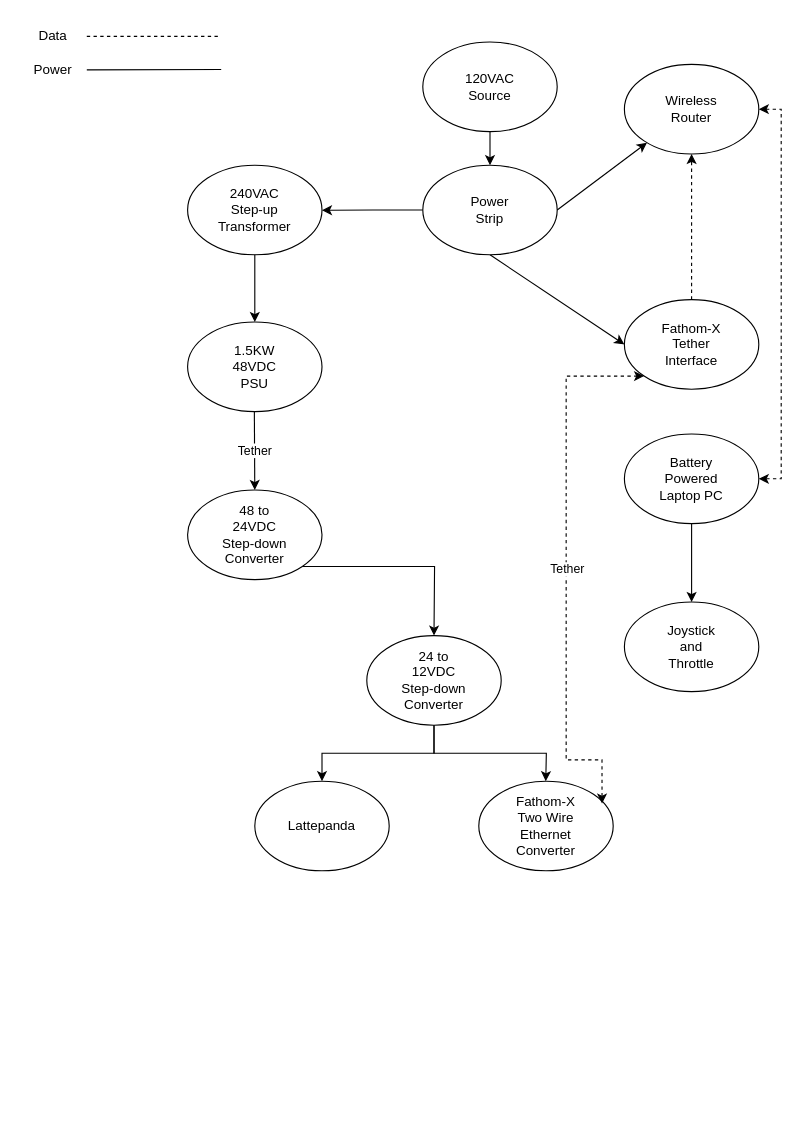
Above: Untitled Diagram.drawio in markt006/MATEROVSIDS (draw.io), before the change. Source tidied: cells renumbered, new cells numbered last; positions are measured from the earlier drawing's top-left corner, leaving out a move shared by most shapes. Both pictures are drawn from the tidied source at 112%, with x=0, y=0 at pixel (19, 19).
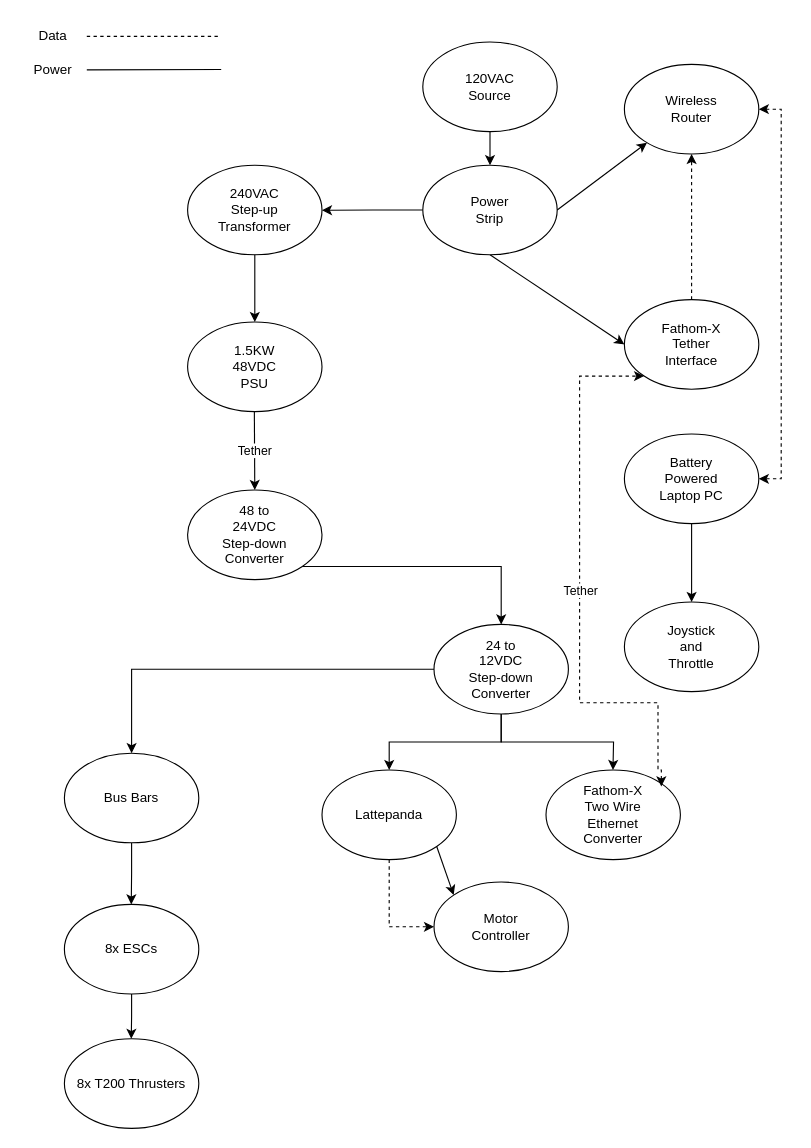
The same page after the edit.

Commit message:
Finalized Drawing

The change refers to these unchanged cells:
```xml
<mxCell id="12" style="ellipse;whiteSpace=wrap;html=1;" parent="11" vertex="1">
  <mxGeometry width="120" height="80" as="geometry" />
</mxCell>
<mxCell id="45" style="ellipse;whiteSpace=wrap;html=1;" parent="43" vertex="1">
  <mxGeometry width="120" height="80" as="geometry" />
</mxCell>
<mxCell id="48" style="ellipse;whiteSpace=wrap;html=1;" parent="47" vertex="1">
  <mxGeometry width="120" height="80" as="geometry" />
</mxCell>
<mxCell id="51" style="ellipse;whiteSpace=wrap;html=1;" parent="50" vertex="1">
  <mxGeometry width="120" height="80" as="geometry" />
</mxCell>
<mxCell id="56" style="ellipse;whiteSpace=wrap;html=1;" parent="55" vertex="1">
  <mxGeometry width="120" height="80" as="geometry" />
</mxCell>
```

What changed in the source:
```diff
@@
     <mxCell id="43" style="group;" parent="1" vertex="1">
-      <mxGeometry x="150" y="420" width="120" height="80" as="geometry" />
+      <mxGeometry x="150" y="420" width="440" height="550" as="geometry" />
     </mxCell>
-    <mxCell id="44" style="edgeStyle=orthogonalEdgeStyle;rounded=0;jettySize=auto;html=1;exitX=1;exitY=1;exitDx=0;exitDy=0;" parent="43" edge="1" source="45">
-      <mxGeometry relative="1" as="geometry">
-        <mxPoint x="220" y="130" as="targetPoint" />
-      </mxGeometry>
+    <mxCell id="44" style="edgeStyle=orthogonalEdgeStyle;rounded=0;jettySize=auto;html=1;exitX=1;exitY=1;exitDx=0;exitDy=0;entryX=0.5;entryY=0;entryDx=0;entryDy=0;" parent="43" edge="1" source="45" target="48">
+      <mxGeometry relative="1" as="geometry" />
     </mxCell>
@@
+    <mxCell id="60" style="group;" parent="43" vertex="1">
+      <mxGeometry x="120" y="120" width="320" height="310" as="geometry" />
+    </mxCell>
-    <mxCell id="47" style="group;" parent="1" vertex="1">
-      <mxGeometry x="310" y="550" width="120" height="80" as="geometry" />
+    <mxCell id="47" style="group;" parent="60" vertex="1">
+      <mxGeometry x="100" width="120" height="80" as="geometry" />
     </mxCell>
@@
-    <mxCell id="50" style="group;" parent="1" vertex="1">
-      <mxGeometry x="410" y="680" width="120" height="80" as="geometry" />
+    <mxCell id="50" style="group;" parent="60" vertex="1">
+      <mxGeometry x="200" y="130" width="120" height="80" as="geometry" />
     </mxCell>
@@
-    <mxCell id="53" style="endArrow=classic;html=1;rounded=0;edgeStyle=orthogonalEdgeStyle;dashed=1;entryX=0;entryY=1;entryDx=0;entryDy=0;exitX=0.917;exitY=0.25;exitDx=0;exitDy=0;exitPerimeter=0;startArrow=classic;startFill=1;" parent="1" edge="1" source="51" target="12">
-      <mxGeometry relative="1" as="geometry">
-        <Array as="points">
-          <mxPoint x="520" y="661" />
-          <mxPoint x="488" y="661" />
-          <mxPoint x="488" y="318" />
-        </Array>
-      </mxGeometry>
-    </mxCell>
-    <mxCell id="54" value="Tether" style="edgeLabel;html=1;align=center;verticalAlign=middle;" parent="53" vertex="1">
-      <mxGeometry relative="1" as="geometry" />
-    </mxCell>
-    <mxCell id="55" style="group;" parent="1" vertex="1">
-      <mxGeometry x="210" y="680" width="120" height="80" as="geometry" />
+    <mxCell id="55" style="group;" parent="60" vertex="1">
+      <mxGeometry y="130" width="120" height="80" as="geometry" />
     </mxCell>
@@
-    <mxCell id="58" style="edgeStyle=orthogonalEdgeStyle;rounded=0;jettySize=auto;html=1;exitX=0.5;exitY=1;exitDx=0;exitDy=0;" parent="1" edge="1" source="48">
+    <mxCell id="58" style="edgeStyle=orthogonalEdgeStyle;rounded=0;jettySize=auto;html=1;exitX=0.5;exitY=1;exitDx=0;exitDy=0;" parent="60" edge="1" source="48">
       <mxGeometry relative="1" as="geometry">
-        <mxPoint x="469.8" y="680" as="targetPoint" />
+        <mxPoint x="259.8" y="130" as="targetPoint" />
       </mxGeometry>
     </mxCell>
-    <mxCell id="59" style="edgeStyle=orthogonalEdgeStyle;rounded=0;jettySize=auto;html=1;exitX=0.5;exitY=0;exitDx=0;exitDy=0;entryX=0.5;entryY=1;entryDx=0;entryDy=0;startArrow=classic;startFill=1;endArrow=none;endFill=0;" parent="1" edge="1" source="56" target="48">
+    <mxCell id="59" style="edgeStyle=orthogonalEdgeStyle;rounded=0;jettySize=auto;html=1;exitX=0.5;exitY=0;exitDx=0;exitDy=0;entryX=0.5;entryY=1;entryDx=0;entryDy=0;startArrow=classic;startFill=1;endArrow=none;endFill=0;" parent="60" edge="1" source="56" target="48">
       <mxGeometry relative="1" as="geometry" />
     </mxCell>
+    <mxCell id="61" style="group;" parent="60" vertex="1">
+      <mxGeometry x="100" y="230" width="120" height="80" as="geometry" />
+    </mxCell>
+    <mxCell id="62" style="ellipse;whiteSpace=wrap;html=1;" parent="61" vertex="1">
+      <mxGeometry width="120" height="80" as="geometry" />
+    </mxCell>
+    <mxCell id="63" value="&lt;div&gt;Motor Controller&lt;/div&gt;" style="text;html=1;align=center;verticalAlign=middle;whiteSpace=wrap;rounded=0;" parent="61" vertex="1" collapsed="1">
+      <mxGeometry x="30" y="25" width="60" height="30" as="geometry" />
+    </mxCell>
+    <mxCell id="64" style="rounded=0;jettySize=auto;html=1;exitX=1;exitY=1;exitDx=0;exitDy=0;entryX=0;entryY=0;entryDx=0;entryDy=0;" parent="60" edge="1" source="56" target="62">
+      <mxGeometry relative="1" as="geometry" />
+    </mxCell>
+    <mxCell id="65" style="edgeStyle=orthogonalEdgeStyle;rounded=0;jettySize=auto;html=1;exitX=0.5;exitY=1;exitDx=0;exitDy=0;entryX=0;entryY=0.5;entryDx=0;entryDy=0;dashed=1;" parent="60" edge="1" source="56" target="62">
+      <mxGeometry relative="1" as="geometry" />
+    </mxCell>
+    <mxCell id="53" style="endArrow=classic;html=1;rounded=0;edgeStyle=orthogonalEdgeStyle;dashed=1;entryX=0;entryY=1;entryDx=0;entryDy=0;exitX=0.858;exitY=0.183;exitDx=0;exitDy=0;startArrow=classic;startFill=1;exitPerimeter=0;" parent="1" edge="1" source="51" target="12">
+      <mxGeometry relative="1" as="geometry">
+        <Array as="points">
+          <mxPoint x="573" y="670" />
+          <mxPoint x="570" y="670" />
+          <mxPoint x="570" y="610" />
+          <mxPoint x="500" y="610" />
+          <mxPoint x="500" y="318" />
+        </Array>
+      </mxGeometry>
+    </mxCell>
+    <mxCell id="54" value="Tether" style="edgeLabel;html=1;align=center;verticalAlign=middle;" parent="53" vertex="1">
+      <mxGeometry relative="1" as="geometry" />
+    </mxCell>
+    <mxCell id="66" style="group;" parent="1" vertex="1">
+      <mxGeometry x="40" y="655" width="120" height="80" as="geometry" />
+    </mxCell>
+    <mxCell id="67" style="edgeStyle=orthogonalEdgeStyle;rounded=0;jettySize=auto;html=1;exitX=0.5;exitY=1;exitDx=0;exitDy=0;" parent="66" edge="1" source="68">
+      <mxGeometry relative="1" as="geometry">
+        <mxPoint x="59.7" y="135" as="targetPoint" />
+      </mxGeometry>
+    </mxCell>
+    <mxCell id="68" style="ellipse;whiteSpace=wrap;html=1;" parent="66" vertex="1">
+      <mxGeometry width="120" height="80" as="geometry" />
+    </mxCell>
+    <mxCell id="69" value="Bus Bars" style="text;html=1;align=center;verticalAlign=middle;whiteSpace=wrap;rounded=0;" parent="66" vertex="1" collapsed="1">
+      <mxGeometry x="30" y="25" width="60" height="30" as="geometry" />
+    </mxCell>
+    <mxCell id="70" style="edgeStyle=orthogonalEdgeStyle;rounded=0;jettySize=auto;html=1;exitX=0;exitY=0.5;exitDx=0;exitDy=0;entryX=0.5;entryY=0;entryDx=0;entryDy=0;" parent="1" edge="1" source="48" target="68">
+      <mxGeometry relative="1" as="geometry" />
+    </mxCell>
+    <mxCell id="71" style="group;" parent="1" vertex="1">
+      <mxGeometry x="40" y="790" width="120" height="80" as="geometry" />
+    </mxCell>
+    <mxCell id="72" style="edgeStyle=orthogonalEdgeStyle;rounded=0;jettySize=auto;html=1;exitX=0.5;exitY=1;exitDx=0;exitDy=0;" parent="71" edge="1" source="73">
+      <mxGeometry relative="1" as="geometry">
+        <mxPoint x="59.7" y="120" as="targetPoint" />
+      </mxGeometry>
+    </mxCell>
+    <mxCell id="73" style="ellipse;whiteSpace=wrap;html=1;" parent="71" vertex="1">
+      <mxGeometry width="120" height="80" as="geometry" />
+    </mxCell>
+    <mxCell id="74" value="8x ESCs" style="text;html=1;align=center;verticalAlign=middle;whiteSpace=wrap;rounded=0;" parent="71" vertex="1" collapsed="1">
+      <mxGeometry x="10" y="25" width="100" height="30" as="geometry" />
+    </mxCell>
+    <mxCell id="75" style="group;" parent="1" vertex="1">
+      <mxGeometry x="40" y="910" width="120" height="80" as="geometry" />
+    </mxCell>
+    <mxCell id="76" style="ellipse;whiteSpace=wrap;html=1;" parent="75" vertex="1">
+      <mxGeometry width="120" height="80" as="geometry" />
+    </mxCell>
+    <mxCell id="77" value="8x T200 Thrusters" style="text;html=1;align=center;verticalAlign=middle;whiteSpace=wrap;rounded=0;" parent="75" vertex="1" collapsed="1">
+      <mxGeometry x="10" y="25" width="100" height="30" as="geometry" />
+    </mxCell>
```
